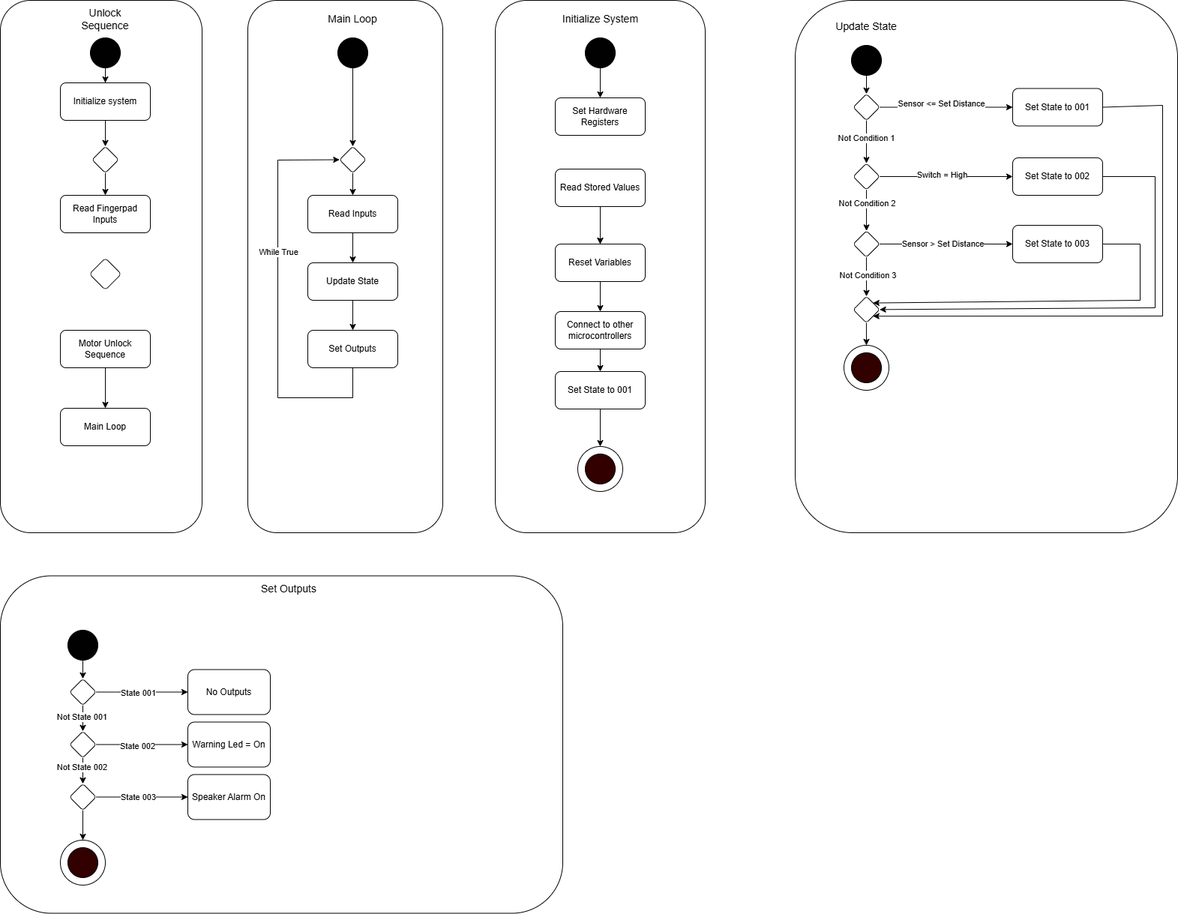
The draw.io diagram docs/StateMachineDiagram.png in ASU-EGR304-2025-F-209/ASU-EGR304-2025-F-209.github.io, before a commit. Source tidied: cells renumbered, new cells last; positions are measured from the earlier drawing's top-left corner, leaving out a move shared by most shapes.
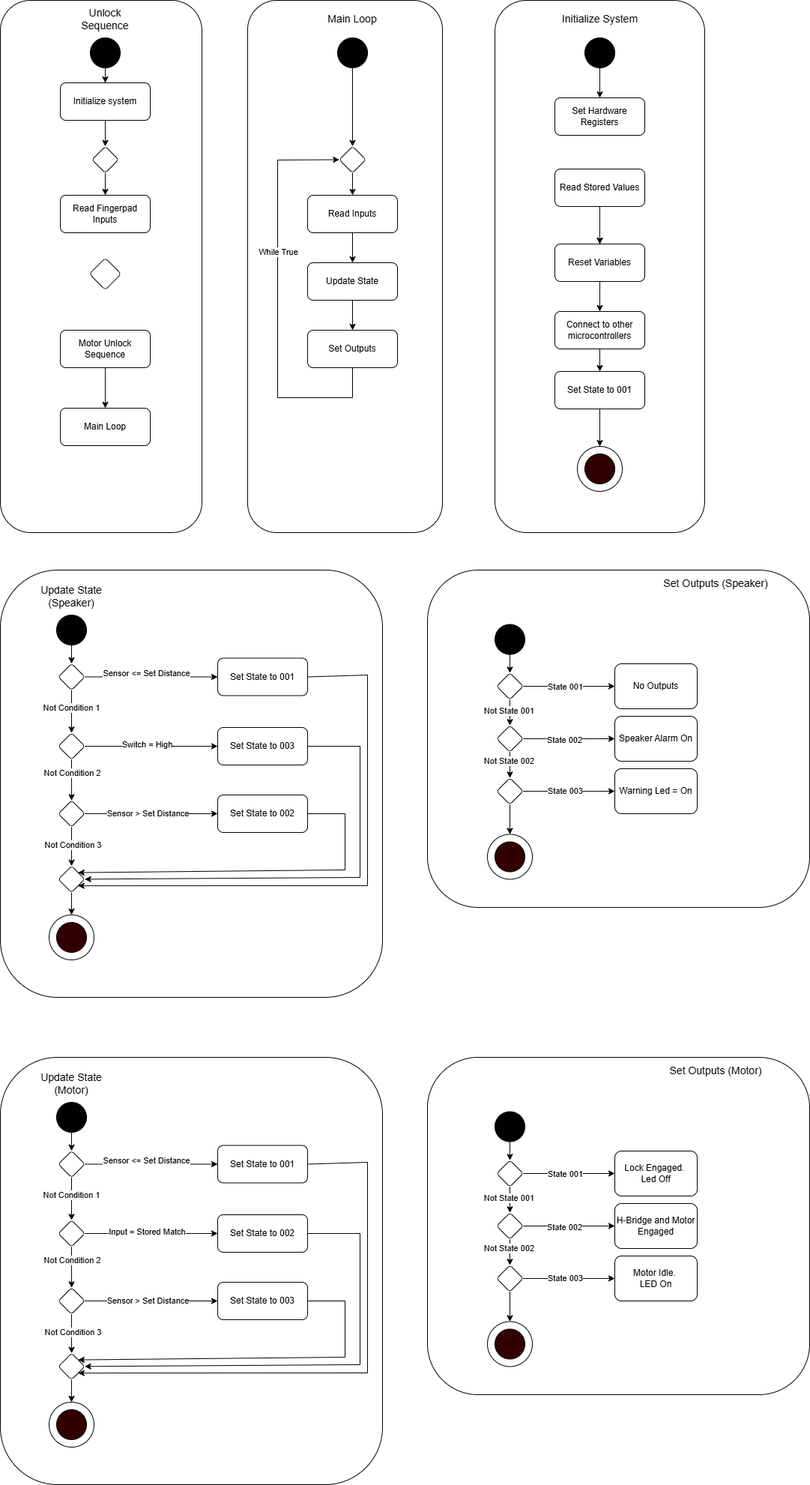
The same diagram one commit later.

Commit message:
updated state machine diagram in software proposal

What changed in the source:
```diff
@@ -63,12 +63,12 @@
     <mxCell id="19" style="rounded=1;whiteSpace=wrap;html=1;" parent="1" vertex="1">
-      <mxGeometry x="1060" width="510" height="710" as="geometry" />
+      <mxGeometry y="760" width="510" height="570" as="geometry" />
     </mxCell>
-    <mxCell id="20" value="&lt;font style=&quot;font-size: 14px;&quot;&gt;Update State&lt;/font&gt;" style="text;html=1;align=center;verticalAlign=middle;whiteSpace=wrap;rounded=0;" parent="1" vertex="1">
-      <mxGeometry x="1110" y="20" width="90" height="30" as="geometry" />
+    <mxCell id="20" value="&lt;font style=&quot;font-size: 14px;&quot;&gt;Update State (Speaker)&lt;/font&gt;" style="text;html=1;align=center;verticalAlign=middle;whiteSpace=wrap;rounded=0;" parent="1" vertex="1">
+      <mxGeometry x="50" y="780" width="90" height="30" as="geometry" />
     </mxCell>
     <mxCell id="21" style="rounded=1;whiteSpace=wrap;html=1;" parent="1" vertex="1">
-      <mxGeometry y="767.5" width="750" height="450" as="geometry" />
+      <mxGeometry x="570" y="760" width="510" height="450" as="geometry" />
     </mxCell>
-    <mxCell id="22" value="&lt;font style=&quot;font-size: 14px;&quot;&gt;Set Outputs&lt;/font&gt;" style="text;html=1;align=center;verticalAlign=middle;whiteSpace=wrap;rounded=0;" parent="1" vertex="1">
-      <mxGeometry x="310" y="770" width="150" height="30" as="geometry" />
+    <mxCell id="22" value="&lt;font style=&quot;font-size: 14px;&quot;&gt;Set Outputs (Speaker)&lt;/font&gt;" style="text;html=1;align=center;verticalAlign=middle;whiteSpace=wrap;rounded=0;" parent="1" vertex="1">
+      <mxGeometry x="880" y="762.5" width="150" height="30" as="geometry" />
     </mxCell>
@@ -78,3 +78,3 @@
     <mxCell id="24" style="ellipse;whiteSpace=wrap;html=1;fillColor=#010101;" parent="1" vertex="1">
-      <mxGeometry x="90" y="840" width="40" height="40" as="geometry" />
+      <mxGeometry x="660" y="832.5" width="40" height="40" as="geometry" />
     </mxCell>
@@ -95,6 +95,6 @@
     <mxCell id="29" style="rounded=1;whiteSpace=wrap;html=1;rotation=-45;" parent="1" vertex="1">
-      <mxGeometry x="97.5" y="910" width="25" height="25" as="geometry" />
+      <mxGeometry x="667.5" y="902.5" width="25" height="25" as="geometry" />
     </mxCell>
     <mxCell id="30" value="No Outputs" style="whiteSpace=wrap;html=1;rounded=1;" parent="1" vertex="1">
-      <mxGeometry x="250" y="892.5" width="110" height="60" as="geometry" />
+      <mxGeometry x="820" y="885" width="110" height="60" as="geometry" />
     </mxCell>
@@ -118,9 +118,9 @@
     <mxCell id="36" style="rounded=1;whiteSpace=wrap;html=1;rotation=-45;" parent="1" vertex="1">
-      <mxGeometry x="97.5" y="980" width="25" height="25" as="geometry" />
+      <mxGeometry x="667.5" y="972.5" width="25" height="25" as="geometry" />
     </mxCell>
-    <mxCell id="37" value="Warning Led = On" style="whiteSpace=wrap;html=1;rounded=1;" parent="1" vertex="1">
-      <mxGeometry x="250" y="962.5" width="110" height="60" as="geometry" />
+    <mxCell id="37" value="Speaker Alarm On" style="whiteSpace=wrap;html=1;rounded=1;" parent="1" vertex="1">
+      <mxGeometry x="820" y="955" width="110" height="60" as="geometry" />
     </mxCell>
     <mxCell id="38" style="ellipse;whiteSpace=wrap;html=1;fillColor=#010101;" parent="1" vertex="1">
-      <mxGeometry x="1135" y="60" width="40" height="40" as="geometry" />
+      <mxGeometry x="75" y="820" width="40" height="40" as="geometry" />
     </mxCell>
@@ -138,6 +138,6 @@
     <mxCell id="42" style="rounded=1;whiteSpace=wrap;html=1;rotation=-45;" parent="1" vertex="1">
-      <mxGeometry x="97.5" y="1050" width="25" height="25" as="geometry" />
+      <mxGeometry x="667.5" y="1042.5" width="25" height="25" as="geometry" />
     </mxCell>
-    <mxCell id="43" value="Speaker Alarm On" style="whiteSpace=wrap;html=1;rounded=1;" parent="1" vertex="1">
-      <mxGeometry x="250" y="1032.5" width="110" height="60" as="geometry" />
+    <mxCell id="43" value="&lt;div&gt;Warning Led = On&lt;/div&gt;" style="whiteSpace=wrap;html=1;rounded=1;" parent="1" vertex="1">
+      <mxGeometry x="820" y="1025" width="110" height="60" as="geometry" />
     </mxCell>
@@ -174,27 +174,27 @@
     <mxCell id="54" style="rounded=1;whiteSpace=wrap;html=1;rotation=-45;" parent="1" vertex="1">
-      <mxGeometry x="1142.5" y="130" width="25" height="25" as="geometry" />
+      <mxGeometry x="82.5" y="890" width="25" height="25" as="geometry" />
     </mxCell>
     <mxCell id="55" value="Set State to 001" style="rounded=1;whiteSpace=wrap;html=1;" parent="1" vertex="1">
-      <mxGeometry x="1350" y="117.5" width="120" height="50" as="geometry" />
+      <mxGeometry x="290" y="877.5" width="120" height="50" as="geometry" />
     </mxCell>
-    <mxCell id="56" value="Set State to 002" style="rounded=1;whiteSpace=wrap;html=1;" parent="1" vertex="1">
-      <mxGeometry x="1350" y="210" width="120" height="50" as="geometry" />
+    <mxCell id="56" value="Set State to 003" style="rounded=1;whiteSpace=wrap;html=1;" parent="1" vertex="1">
+      <mxGeometry x="290" y="970" width="120" height="50" as="geometry" />
     </mxCell>
     <mxCell id="57" style="rounded=1;whiteSpace=wrap;html=1;rotation=-45;" parent="1" vertex="1">
-      <mxGeometry x="1142.5" y="222.5" width="25" height="25" as="geometry" />
+      <mxGeometry x="82.5" y="982.5" width="25" height="25" as="geometry" />
     </mxCell>
-    <mxCell id="58" value="Set State to 003" style="rounded=1;whiteSpace=wrap;html=1;" parent="1" vertex="1">
-      <mxGeometry x="1350" y="300" width="120" height="50" as="geometry" />
+    <mxCell id="58" value="Set State to 002" style="rounded=1;whiteSpace=wrap;html=1;" parent="1" vertex="1">
+      <mxGeometry x="290" y="1060" width="120" height="50" as="geometry" />
     </mxCell>
     <mxCell id="59" style="rounded=1;whiteSpace=wrap;html=1;rotation=-45;" parent="1" vertex="1">
-      <mxGeometry x="1142.5" y="312.6" width="25" height="24.8" as="geometry" />
+      <mxGeometry x="82.5" y="1072.6" width="25" height="24.8" as="geometry" />
     </mxCell>
     <mxCell id="60" style="rounded=1;whiteSpace=wrap;html=1;rotation=-45;" parent="1" vertex="1">
-      <mxGeometry x="1142.5" y="400" width="25" height="24.8" as="geometry" />
+      <mxGeometry x="82.5" y="1160" width="25" height="24.8" as="geometry" />
     </mxCell>
     <mxCell id="61" style="ellipse;whiteSpace=wrap;html=1;" parent="1" vertex="1">
-      <mxGeometry x="1125" y="460" width="60" height="60" as="geometry" />
+      <mxGeometry x="65" y="1220" width="60" height="60" as="geometry" />
     </mxCell>
     <mxCell id="62" style="ellipse;whiteSpace=wrap;html=1;fillColor=#330000;" parent="1" vertex="1">
-      <mxGeometry x="1135" y="470" width="40" height="40" as="geometry" />
+      <mxGeometry x="75" y="1230" width="40" height="40" as="geometry" />
     </mxCell>
@@ -249,4 +249,4 @@
         <Array as="points">
-          <mxPoint x="1550" y="140" />
-          <mxPoint x="1550" y="421" />
+          <mxPoint x="490" y="900" />
+          <mxPoint x="490" y="1181" />
         </Array>
@@ -257,4 +257,4 @@
         <Array as="points">
-          <mxPoint x="1540" y="235" />
-          <mxPoint x="1540" y="410" />
+          <mxPoint x="480" y="995" />
+          <mxPoint x="480" y="1170" />
         </Array>
@@ -265,4 +265,4 @@
         <Array as="points">
-          <mxPoint x="1520" y="325" />
-          <mxPoint x="1520" y="400" />
+          <mxPoint x="460" y="1085" />
+          <mxPoint x="460" y="1160" />
         </Array>
@@ -271,6 +271,6 @@
     <mxCell id="80" style="ellipse;whiteSpace=wrap;html=1;" parent="1" vertex="1">
-      <mxGeometry x="80" y="1120" width="60" height="60" as="geometry" />
+      <mxGeometry x="650" y="1112.5" width="60" height="60" as="geometry" />
     </mxCell>
     <mxCell id="81" style="ellipse;whiteSpace=wrap;html=1;fillColor=#330000;" parent="1" vertex="1">
-      <mxGeometry x="90" y="1130" width="40" height="40" as="geometry" />
+      <mxGeometry x="660" y="1122.5" width="40" height="40" as="geometry" />
     </mxCell>
@@ -349,2 +349,183 @@
     </mxCell>
+    <mxCell id="102" style="rounded=1;whiteSpace=wrap;html=1;" parent="1" vertex="1">
+      <mxGeometry y="1410" width="510" height="570" as="geometry" />
+    </mxCell>
+    <mxCell id="103" value="&lt;font style=&quot;font-size: 14px;&quot;&gt;Update State (Motor)&lt;/font&gt;" style="text;html=1;align=center;verticalAlign=middle;whiteSpace=wrap;rounded=0;" parent="1" vertex="1">
+      <mxGeometry x="50" y="1430" width="90" height="30" as="geometry" />
+    </mxCell>
+    <mxCell id="104" style="rounded=1;whiteSpace=wrap;html=1;" parent="1" vertex="1">
+      <mxGeometry x="570" y="1410" width="510" height="450" as="geometry" />
+    </mxCell>
+    <mxCell id="105" value="&lt;font style=&quot;font-size: 14px;&quot;&gt;Set Outputs (Motor)&lt;/font&gt;" style="text;html=1;align=center;verticalAlign=middle;whiteSpace=wrap;rounded=0;" parent="1" vertex="1">
+      <mxGeometry x="880" y="1412.5" width="150" height="30" as="geometry" />
+    </mxCell>
+    <mxCell id="106" style="edgeStyle=orthogonalEdgeStyle;rounded=0;jettySize=auto;html=1;entryX=1;entryY=0;entryDx=0;entryDy=0;" parent="1" edge="1" source="107" target="112">
+      <mxGeometry relative="1" as="geometry" />
+    </mxCell>
+    <mxCell id="107" style="ellipse;whiteSpace=wrap;html=1;fillColor=#010101;" parent="1" vertex="1">
+      <mxGeometry x="660" y="1482.5" width="40" height="40" as="geometry" />
+    </mxCell>
+    <mxCell id="108" style="edgeStyle=orthogonalEdgeStyle;rounded=0;jettySize=auto;html=1;" parent="1" edge="1" source="112" target="113">
+      <mxGeometry relative="1" as="geometry" />
+    </mxCell>
+    <mxCell id="109" value="State 001" style="edgeLabel;html=1;align=center;verticalAlign=middle;" parent="108" vertex="1">
+      <mxGeometry x="-0.33" y="-1" relative="1" as="geometry">
+        <mxPoint x="15" as="offset" />
+      </mxGeometry>
+    </mxCell>
+    <mxCell id="110" style="edgeStyle=orthogonalEdgeStyle;rounded=0;jettySize=auto;html=1;" parent="1" edge="1" source="112" target="118">
+      <mxGeometry relative="1" as="geometry" />
+    </mxCell>
+    <mxCell id="111" value="Not State 001" style="edgeLabel;html=1;align=center;verticalAlign=middle;" parent="110" vertex="1">
+      <mxGeometry x="-0.35" y="-1" relative="1" as="geometry" />
+    </mxCell>
+    <mxCell id="112" style="rounded=1;whiteSpace=wrap;html=1;rotation=-45;" parent="1" vertex="1">
+      <mxGeometry x="667.5" y="1552.5" width="25" height="25" as="geometry" />
+    </mxCell>
+    <mxCell id="113" value="Lock Engaged.&amp;nbsp;&lt;div&gt;Led Off&lt;/div&gt;" style="whiteSpace=wrap;html=1;rounded=1;" parent="1" vertex="1">
+      <mxGeometry x="820" y="1535" width="110" height="60" as="geometry" />
+    </mxCell>
+    <mxCell id="114" style="edgeStyle=orthogonalEdgeStyle;rounded=0;jettySize=auto;html=1;" parent="1" edge="1" source="118" target="119">
+      <mxGeometry relative="1" as="geometry" />
+    </mxCell>
+    <mxCell id="115" value="State 002" style="edgeLabel;html=1;align=center;verticalAlign=middle;" parent="114" vertex="1">
+      <mxGeometry x="-0.28" y="-2" relative="1" as="geometry">
+        <mxPoint x="11" as="offset" />
+      </mxGeometry>
+    </mxCell>
+    <mxCell id="116" style="edgeStyle=orthogonalEdgeStyle;rounded=0;jettySize=auto;html=1;" parent="1" edge="1" source="118" target="123">
+      <mxGeometry relative="1" as="geometry" />
+    </mxCell>
+    <mxCell id="117" value="Not State 002" style="edgeLabel;html=1;align=center;verticalAlign=middle;" parent="116" vertex="1">
+      <mxGeometry x="-0.48" y="-1" relative="1" as="geometry" />
+    </mxCell>
+    <mxCell id="118" style="rounded=1;whiteSpace=wrap;html=1;rotation=-45;" parent="1" vertex="1">
+      <mxGeometry x="667.5" y="1622.5" width="25" height="25" as="geometry" />
+    </mxCell>
+    <mxCell id="119" value="H-Bridge and Motor Engaged" style="whiteSpace=wrap;html=1;rounded=1;" parent="1" vertex="1">
+      <mxGeometry x="820" y="1605" width="110" height="60" as="geometry" />
+    </mxCell>
+    <mxCell id="120" style="ellipse;whiteSpace=wrap;html=1;fillColor=#010101;" parent="1" vertex="1">
+      <mxGeometry x="75" y="1470" width="40" height="40" as="geometry" />
+    </mxCell>
+    <mxCell id="121" style="edgeStyle=orthogonalEdgeStyle;rounded=0;jettySize=auto;html=1;" parent="1" edge="1" source="123" target="124">
+      <mxGeometry relative="1" as="geometry" />
+    </mxCell>
+    <mxCell id="122" value="State 003" style="edgeLabel;html=1;align=center;verticalAlign=middle;" parent="121" vertex="1">
+      <mxGeometry x="-0.16" relative="1" as="geometry">
+        <mxPoint x="5" as="offset" />
+      </mxGeometry>
+    </mxCell>
+    <mxCell id="123" style="rounded=1;whiteSpace=wrap;html=1;rotation=-45;" parent="1" vertex="1">
+      <mxGeometry x="667.5" y="1692.5" width="25" height="25" as="geometry" />
+    </mxCell>
+    <mxCell id="124" value="Motor Idle.&amp;nbsp;&lt;div&gt;LED On&lt;/div&gt;" style="whiteSpace=wrap;html=1;rounded=1;" parent="1" vertex="1">
+      <mxGeometry x="820" y="1675" width="110" height="60" as="geometry" />
+    </mxCell>
+    <mxCell id="125" style="rounded=1;whiteSpace=wrap;html=1;rotation=-45;" parent="1" vertex="1">
+      <mxGeometry x="82.5" y="1540" width="25" height="25" as="geometry" />
+    </mxCell>
+    <mxCell id="126" value="Set State to 001" style="rounded=1;whiteSpace=wrap;html=1;" parent="1" vertex="1">
+      <mxGeometry x="290" y="1527.5" width="120" height="50" as="geometry" />
+    </mxCell>
+    <mxCell id="127" value="Set State to 002" style="rounded=1;whiteSpace=wrap;html=1;" parent="1" vertex="1">
+      <mxGeometry x="290" y="1620" width="120" height="50" as="geometry" />
+    </mxCell>
+    <mxCell id="128" style="rounded=1;whiteSpace=wrap;html=1;rotation=-45;" parent="1" vertex="1">
+      <mxGeometry x="82.5" y="1632.5" width="25" height="25" as="geometry" />
+    </mxCell>
+    <mxCell id="129" value="Set State to 003" style="rounded=1;whiteSpace=wrap;html=1;" parent="1" vertex="1">
+      <mxGeometry x="290" y="1710" width="120" height="50" as="geometry" />
+    </mxCell>
+    <mxCell id="130" style="rounded=1;whiteSpace=wrap;html=1;rotation=-45;" parent="1" vertex="1">
+      <mxGeometry x="82.5" y="1722.6" width="25" height="24.8" as="geometry" />
+    </mxCell>
+    <mxCell id="131" style="rounded=1;whiteSpace=wrap;html=1;rotation=-45;" parent="1" vertex="1">
+      <mxGeometry x="82.5" y="1810" width="25" height="24.8" as="geometry" />
+    </mxCell>
+    <mxCell id="132" style="ellipse;whiteSpace=wrap;html=1;" parent="1" vertex="1">
+      <mxGeometry x="65" y="1870" width="60" height="60" as="geometry" />
+    </mxCell>
+    <mxCell id="133" style="ellipse;whiteSpace=wrap;html=1;fillColor=#330000;" parent="1" vertex="1">
+      <mxGeometry x="75" y="1880" width="40" height="40" as="geometry" />
+    </mxCell>
+    <mxCell id="134" style="endArrow=classic;html=1;rounded=0;exitX=0.5;exitY=1;exitDx=0;exitDy=0;entryX=1;entryY=0;entryDx=0;entryDy=0;" parent="1" edge="1" source="120" target="125">
+      <mxGeometry relative="1" as="geometry" />
+    </mxCell>
+    <mxCell id="135" style="endArrow=classic;html=1;rounded=0;exitX=0;exitY=1;exitDx=0;exitDy=0;entryX=1;entryY=0;entryDx=0;entryDy=0;" parent="1" edge="1" source="125" target="128">
+      <mxGeometry relative="1" as="geometry" />
+    </mxCell>
+    <mxCell id="136" value="Not Condition 1" style="edgeLabel;html=1;align=center;verticalAlign=middle;" parent="135" vertex="1">
+      <mxGeometry x="-0.21" relative="1" as="geometry" />
+    </mxCell>
+    <mxCell id="137" style="endArrow=classic;html=1;rounded=0;exitX=0;exitY=1;exitDx=0;exitDy=0;entryX=1;entryY=0;entryDx=0;entryDy=0;" parent="1" edge="1" source="128" target="130">
+      <mxGeometry relative="1" as="geometry" />
+    </mxCell>
+    <mxCell id="138" value="Not Condition 2" style="edgeLabel;html=1;align=center;verticalAlign=middle;" parent="137" vertex="1">
+      <mxGeometry x="-0.35" relative="1" as="geometry" />
+    </mxCell>
+    <mxCell id="139" style="endArrow=classic;html=1;rounded=0;exitX=0;exitY=1;exitDx=0;exitDy=0;entryX=1;entryY=0;entryDx=0;entryDy=0;" parent="1" edge="1" source="130" target="131">
+      <mxGeometry relative="1" as="geometry" />
+    </mxCell>
+    <mxCell id="140" value="Not Condition 3" style="edgeLabel;html=1;align=center;verticalAlign=middle;" parent="139" vertex="1">
+      <mxGeometry x="-0.07" y="2" relative="1" as="geometry" />
+    </mxCell>
+    <mxCell id="141" style="endArrow=classic;html=1;rounded=0;exitX=0;exitY=1;exitDx=0;exitDy=0;entryX=0.5;entryY=0;entryDx=0;entryDy=0;" parent="1" edge="1" source="131" target="132">
+      <mxGeometry relative="1" as="geometry" />
+    </mxCell>
+    <mxCell id="142" style="endArrow=classic;html=1;rounded=0;exitX=1;exitY=1;exitDx=0;exitDy=0;entryX=0;entryY=0.5;entryDx=0;entryDy=0;" parent="1" edge="1" source="125" target="126">
+      <mxGeometry relative="1" as="geometry" />
+    </mxCell>
+    <mxCell id="143" value="Sensor &amp;lt;= Set Distance" style="edgeLabel;html=1;align=center;verticalAlign=middle;" parent="142" vertex="1">
+      <mxGeometry x="-0.1" y="5" relative="1" as="geometry">
+        <mxPoint x="2" as="offset" />
+      </mxGeometry>
+    </mxCell>
+    <mxCell id="144" style="endArrow=classic;html=1;rounded=0;exitX=1;exitY=1;exitDx=0;exitDy=0;entryX=0;entryY=0.5;entryDx=0;entryDy=0;" parent="1" edge="1" source="128" target="127">
+      <mxGeometry relative="1" as="geometry" />
+    </mxCell>
+    <mxCell id="145" value="Input = Stored Match" style="edgeLabel;html=1;align=center;verticalAlign=middle;" parent="144" vertex="1">
+      <mxGeometry x="-0.07" y="2" relative="1" as="geometry" />
+    </mxCell>
+    <mxCell id="146" style="endArrow=classic;html=1;rounded=0;exitX=1;exitY=1;exitDx=0;exitDy=0;entryX=0;entryY=0.5;entryDx=0;entryDy=0;" parent="1" edge="1" source="130" target="129">
+      <mxGeometry relative="1" as="geometry" />
+    </mxCell>
+    <mxCell id="147" value="Sensor &amp;gt; Set Distance" style="edgeLabel;html=1;align=center;verticalAlign=middle;" parent="146" vertex="1">
+      <mxGeometry x="0.42" relative="1" as="geometry">
+        <mxPoint x="-42" as="offset" />
+      </mxGeometry>
+    </mxCell>
+    <mxCell id="148" style="endArrow=classic;html=1;rounded=0;entryX=0.5;entryY=1;entryDx=0;entryDy=0;exitX=1;exitY=0.5;exitDx=0;exitDy=0;" parent="1" edge="1" source="126" target="131">
+      <mxGeometry relative="1" as="geometry">
+        <Array as="points">
+          <mxPoint x="490" y="1550" />
+          <mxPoint x="490" y="1831" />
+        </Array>
+      </mxGeometry>
+    </mxCell>
+    <mxCell id="149" style="endArrow=classic;html=1;rounded=0;entryX=1;entryY=1;entryDx=0;entryDy=0;exitX=1;exitY=0.5;exitDx=0;exitDy=0;" parent="1" edge="1" source="127" target="131">
+      <mxGeometry relative="1" as="geometry">
+        <Array as="points">
+          <mxPoint x="480" y="1645" />
+          <mxPoint x="480" y="1820" />
+        </Array>
+      </mxGeometry>
+    </mxCell>
+    <mxCell id="150" style="endArrow=classic;html=1;rounded=0;entryX=1;entryY=0.5;entryDx=0;entryDy=0;exitX=1;exitY=0.5;exitDx=0;exitDy=0;" parent="1" edge="1" source="129" target="131">
+      <mxGeometry relative="1" as="geometry">
+        <Array as="points">
+          <mxPoint x="460" y="1735" />
+          <mxPoint x="460" y="1810" />
+        </Array>
+      </mxGeometry>
+    </mxCell>
+    <mxCell id="151" style="ellipse;whiteSpace=wrap;html=1;" parent="1" vertex="1">
+      <mxGeometry x="650" y="1762.5" width="60" height="60" as="geometry" />
+    </mxCell>
+    <mxCell id="152" style="ellipse;whiteSpace=wrap;html=1;fillColor=#330000;" parent="1" vertex="1">
+      <mxGeometry x="660" y="1772.5" width="40" height="40" as="geometry" />
+    </mxCell>
+    <mxCell id="153" style="endArrow=classic;html=1;rounded=0;exitX=0;exitY=1;exitDx=0;exitDy=0;entryX=0.5;entryY=0;entryDx=0;entryDy=0;" parent="1" edge="1" source="123" target="151">
+      <mxGeometry relative="1" as="geometry" />
+    </mxCell>
   </root>
```
